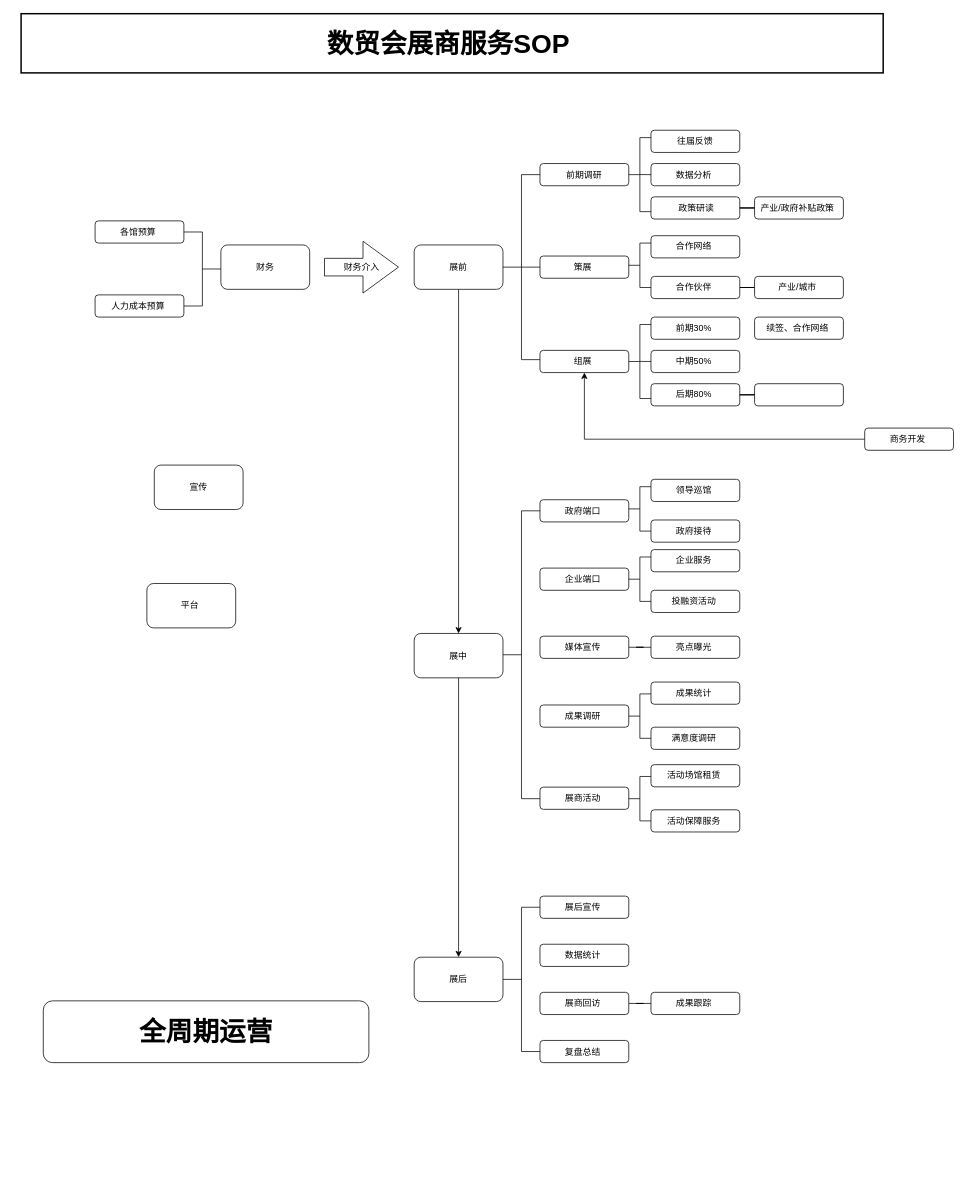
This is 展商服务sop.drawio from Qikiiii/Agent-Reach, a draw.io file, before an edit. Source tidied: cells renumbered, new cells numbered last; positions are measured from the earlier drawing's top-left corner, leaving out a move shared by most shapes. Both pictures are drawn from the tidied source at 74%, with x=0, y=0 at pixel (21, 13).
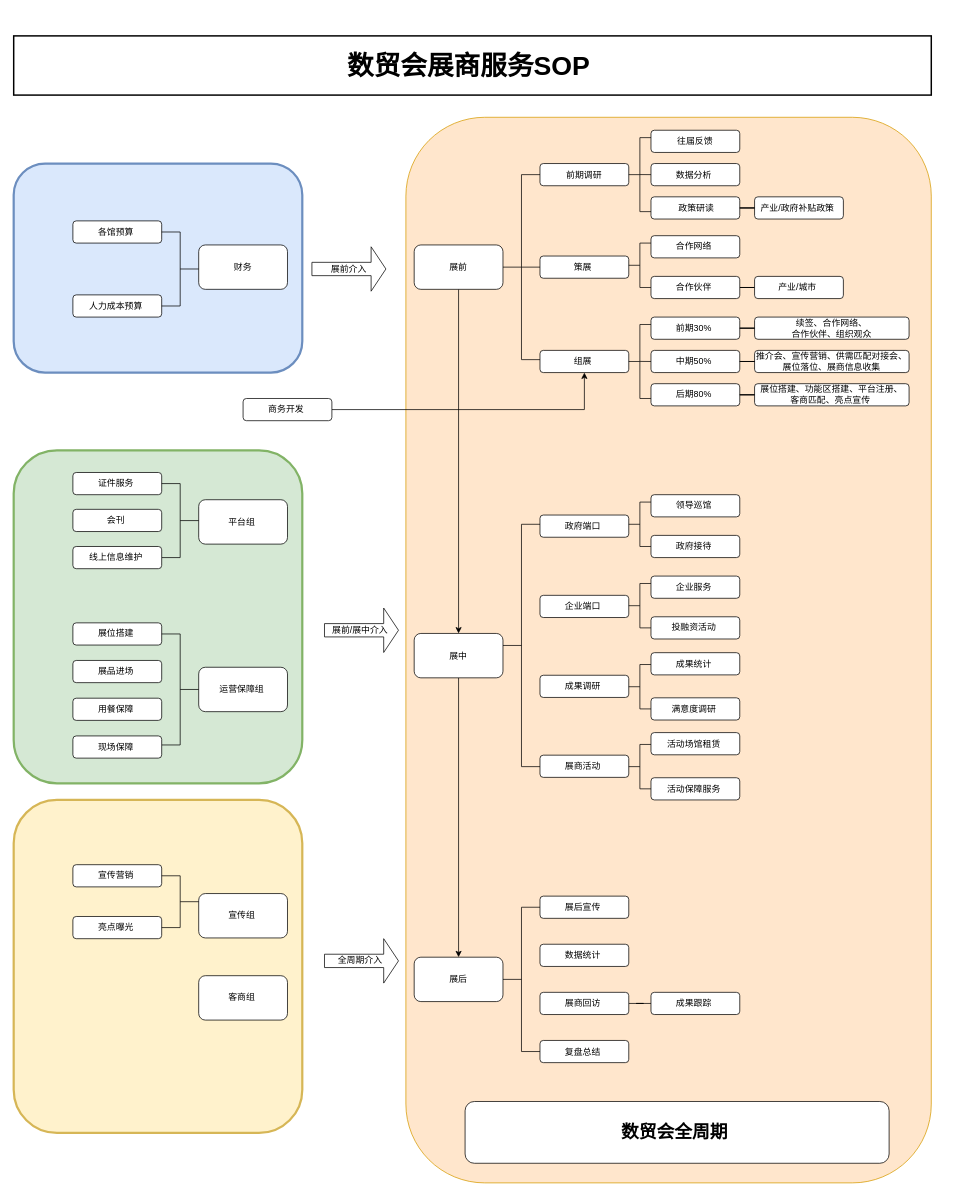
The same page after the edit.

Commit message:
更新展商服务sop.drawio

Unchanged cells that the change refers to:
```xml
<mxCell id="33" value="前期30%&amp;nbsp;" style="rounded=1;whiteSpace=wrap;html=1;" parent="32" vertex="1">
  <mxGeometry width="120" height="30" as="geometry" />
</mxCell>
<mxCell id="34" value="中期50%&amp;nbsp;" style="rounded=1;whiteSpace=wrap;html=1;" parent="32" vertex="1">
  <mxGeometry y="45" width="120" height="30" as="geometry" />
</mxCell>
```

Diff of the diagram source:
```diff
@@
-    <mxCell id="2" style="edgeStyle=orthogonalEdgeStyle;rounded=0;jettySize=auto;html=1;defaultLabelBackgroundColor=page;" parent="1" edge="1" source="3" target="6">
-      <mxGeometry relative="1" as="geometry" />
-    </mxCell>
-    <mxCell id="3" value="展中" style="rounded=1;whiteSpace=wrap;html=1;" parent="1" vertex="1">
-      <mxGeometry x="531.2" y="837.5" width="120" height="60" as="geometry" />
-    </mxCell>
-    <mxCell id="4" style="edgeStyle=orthogonalEdgeStyle;rounded=0;jettySize=auto;html=1;defaultLabelBackgroundColor=page;" parent="1" edge="1" source="5" target="3">
-      <mxGeometry relative="1" as="geometry" />
-    </mxCell>
-    <mxCell id="5" value="展前" style="rounded=1;whiteSpace=wrap;html=1;roundedPerimeter=1;" parent="1" vertex="1">
-      <mxGeometry x="531.2" y="312.5" width="120" height="60" as="geometry" />
-    </mxCell>
-    <mxCell id="6" value="展后" style="rounded=1;whiteSpace=wrap;html=1;" parent="1" vertex="1">
-      <mxGeometry x="531.2" y="1275" width="120" height="60" as="geometry" />
-    </mxCell>
+    <mxCell id="73" style="rounded=1;whiteSpace=wrap;html=1;roundedPerimeter=1;fillColor=#fff2cc;strokeWidth=3;strokeColor=#d6b656;" parent="1" vertex="1">
+      <mxGeometry x="-10" y="1062.5" width="390" height="450" as="geometry" />
+    </mxCell>
+    <mxCell id="74" style="rounded=1;whiteSpace=wrap;html=1;roundedPerimeter=1;fillColor=#d5e8d4;strokeWidth=3;strokeColor=#82b366;" parent="1" vertex="1">
+      <mxGeometry x="-10" y="590" width="390" height="450" as="geometry" />
+    </mxCell>
+    <mxCell id="75" style="rounded=1;whiteSpace=wrap;html=1;roundedPerimeter=1;fillColor=#ffe6cc;strokeWidth=1;strokeColor=#d79b00;" parent="1" vertex="1">
+      <mxGeometry x="520" y="140" width="710" height="1440" as="geometry" />
+    </mxCell>
+    <mxCell id="76" style="rounded=1;whiteSpace=wrap;html=1;roundedPerimeter=1;fillColor=#dae8fc;strokeWidth=3;strokeColor=#6c8ebf;" parent="1" vertex="1">
+      <mxGeometry x="-10" y="202.5" width="390" height="282.5" as="geometry" />
+    </mxCell>
@@
-    <mxCell id="23" value="全周期运营" style="rounded=1;whiteSpace=wrap;html=1;fontSize=36;fontStyle=1;textDirection=ltr;verticalAlign=middle;" parent="1" vertex="1">
-      <mxGeometry x="30" y="1334" width="440" height="83.5" as="geometry" />
+    <mxCell id="23" value="数贸会全周期&amp;nbsp;" style="rounded=1;whiteSpace=wrap;html=1;fontSize=24;fontStyle=1;textDirection=ltr;verticalAlign=middle;" parent="1" vertex="1">
+      <mxGeometry x="600" y="1470" width="573" height="83.5" as="geometry" />
     </mxCell>
     <mxCell id="24" value="政府端口&amp;nbsp;" style="rounded=1;whiteSpace=wrap;html=1;" parent="1" vertex="1">
-      <mxGeometry x="701.2" y="656.8" width="120" height="30" as="geometry" />
+      <mxGeometry x="701.2" y="677.5" width="120" height="30" as="geometry" />
     </mxCell>
     <mxCell id="25" value="企业端口&amp;nbsp;" style="rounded=1;whiteSpace=wrap;html=1;" parent="1" vertex="1">
-      <mxGeometry x="701.2" y="749.2" width="120" height="30" as="geometry" />
+      <mxGeometry x="701.2" y="786" width="120" height="30" as="geometry" />
     </mxCell>
     <mxCell id="26" style="strokeWidth=1;html=1;shape=mxgraph.flowchart.annotation_2;align=left;labelPosition=right;labelPerimeter=1;" parent="1" vertex="1">
-      <mxGeometry x="651.2" y="671.8" width="50" height="389" as="geometry" />
+      <mxGeometry x="651.2" y="690" width="50" height="327.5" as="geometry" />
     </mxCell>
     <mxCell id="27" style="strokeWidth=1;html=1;shape=mxgraph.flowchart.annotation_2;align=left;labelPosition=right;labelPerimeter=1;" parent="1" vertex="1">
-      <mxGeometry x="821.2" y="734.2" width="30" height="60" as="geometry" />
+      <mxGeometry x="821.2" y="770" width="30" height="60" as="geometry" />
     </mxCell>
     <mxCell id="28" value="企业服务&amp;nbsp;" style="rounded=1;whiteSpace=wrap;html=1;" parent="1" vertex="1">
-      <mxGeometry x="851.2" y="724.2" width="120" height="30" as="geometry" />
+      <mxGeometry x="851.2" y="760" width="120" height="30" as="geometry" />
     </mxCell>
     <mxCell id="29" value="投融资活动&amp;nbsp;" style="rounded=1;whiteSpace=wrap;html=1;" parent="1" vertex="1">
-      <mxGeometry x="851.2" y="779.2" width="120" height="30" as="geometry" />
+      <mxGeometry x="851.2" y="815" width="120" height="30" as="geometry" />
     </mxCell>
@@
-    <mxCell id="38" value=" " style="whiteSpace=wrap;html=1;rounded=1;" parent="1" vertex="1">
-      <mxGeometry x="991.2" y="500" width="120" height="30" as="geometry" />
+    <mxCell id="38" value="展位搭建、功能区搭建、平台注册、&lt;div&gt;客商匹配、亮点宣传&amp;nbsp;&lt;/div&gt;" style="whiteSpace=wrap;html=1;rounded=1;" parent="1" vertex="1">
+      <mxGeometry x="991.2" y="500" width="208.8" height="30" as="geometry" />
     </mxCell>
@@
     <mxCell id="40" value="数贸会展商服务SOP&amp;nbsp;" style="rounded=0;whiteSpace=wrap;html=1;fontSize=36;fontStyle=1;strokeWidth=2;" parent="1" vertex="1">
-      <mxGeometry width="1165" height="80" as="geometry" />
+      <mxGeometry x="-10" y="30" width="1240" height="80" as="geometry" />
     </mxCell>
-    <mxCell id="41" value="财务介入" style="html=1;shadow=0;dashed=0;align=center;verticalAlign=middle;shape=mxgraph.arrows2.arrow;dy=0.66;dx=47.94;notch=0;" parent="1" vertex="1">
-      <mxGeometry x="410" y="307.5" width="100" height="70" as="geometry" />
-    </mxCell>
     <mxCell id="42" style="group;" parent="1" vertex="1">
-      <mxGeometry x="100" y="280" width="290" height="130" as="geometry" />
+      <mxGeometry x="70" y="280" width="290" height="130" as="geometry" />
     </mxCell>
-    <mxCell id="43" value="财务" style="rounded=1;whiteSpace=wrap;html=1;" parent="42" vertex="1">
+    <mxCell id="43" value="财务" style="rounded=1;whiteSpace=wrap;html=1;flipV=0;legacyAnchorPoints=0;" parent="42" vertex="1">
       <mxGeometry x="170" y="32.5" width="120" height="60" as="geometry" />
     </mxCell>
@@
-    <mxCell id="47" value="续签、合作网络&amp;nbsp;" style="whiteSpace=wrap;html=1;rounded=1;" parent="1" vertex="1">
-      <mxGeometry x="991.2" y="410" width="120" height="30" as="geometry" />
+    <mxCell id="47" value="续签、合作网络、&lt;div&gt;合作伙伴、组织观众&lt;/div&gt;" style="whiteSpace=wrap;html=1;rounded=1;" parent="1" vertex="1">
+      <mxGeometry x="991.2" y="410" width="208.8" height="30" as="geometry" />
     </mxCell>
@@
     <mxCell id="49" value="商务开发&amp;nbsp;" style="whiteSpace=wrap;html=1;rounded=1;" parent="1" vertex="1">
-      <mxGeometry x="1140" y="560" width="120" height="30" as="geometry" />
+      <mxGeometry x="300" y="520" width="120" height="30" as="geometry" />
     </mxCell>
     <mxCell id="50" style="strokeWidth=1;html=1;shape=mxgraph.flowchart.annotation_2;align=left;labelPosition=right;labelPerimeter=1;" parent="1" vertex="1">
-      <mxGeometry x="821.2" y="639.2" width="30" height="60" as="geometry" />
+      <mxGeometry x="821.2" y="660" width="30" height="60" as="geometry" />
     </mxCell>
     <mxCell id="51" value="领导巡馆&amp;nbsp;" style="rounded=1;whiteSpace=wrap;html=1;" parent="1" vertex="1">
-      <mxGeometry x="851.2" y="629.2" width="120" height="30" as="geometry" />
+      <mxGeometry x="851.2" y="650" width="120" height="30" as="geometry" />
     </mxCell>
     <mxCell id="52" value="政府接待&amp;nbsp;" style="rounded=1;whiteSpace=wrap;html=1;" parent="1" vertex="1">
-      <mxGeometry x="851.2" y="684.2" width="120" height="30" as="geometry" />
+      <mxGeometry x="851.2" y="705" width="120" height="30" as="geometry" />
     </mxCell>
-    <mxCell id="53" value="宣传" style="rounded=1;whiteSpace=wrap;html=1;" parent="1" vertex="1">
-      <mxGeometry x="180" y="610" width="120" height="60" as="geometry" />
+    <mxCell id="53" value="宣传组&amp;nbsp;" style="rounded=1;whiteSpace=wrap;html=1;flipV=0;legacyAnchorPoints=0;" parent="1" vertex="1">
+      <mxGeometry x="240" y="1189" width="120" height="60" as="geometry" />
     </mxCell>
-    <mxCell id="54" value="平台&amp;nbsp;" style="rounded=1;whiteSpace=wrap;html=1;" parent="1" vertex="1">
-      <mxGeometry x="170" y="770" width="120" height="60" as="geometry" />
+    <mxCell id="54" value="平台组&amp;nbsp;" style="rounded=1;whiteSpace=wrap;html=1;flipV=0;legacyAnchorPoints=0;" parent="1" vertex="1">
+      <mxGeometry x="240" y="656.8" width="120" height="60" as="geometry" />
     </mxCell>
-    <mxCell id="55" style="edgeStyle=orthogonalEdgeStyle;rounded=0;jettySize=auto;html=1;defaultLabelBackgroundColor=page;endArrow=none;endFill=0;" parent="1" edge="1" source="56" target="58">
-      <mxGeometry relative="1" as="geometry" />
-    </mxCell>
-    <mxCell id="56" value="媒体宣传&amp;nbsp;" style="rounded=1;whiteSpace=wrap;html=1;" parent="1" vertex="1">
-      <mxGeometry x="701.2" y="841.2" width="120" height="30" as="geometry" />
-    </mxCell>
     <mxCell id="57" value="成果调研&amp;nbsp;" style="rounded=1;whiteSpace=wrap;html=1;" parent="1" vertex="1">
-      <mxGeometry x="701.2" y="934.2" width="120" height="30" as="geometry" />
+      <mxGeometry x="701.2" y="894" width="120" height="30" as="geometry" />
     </mxCell>
-    <mxCell id="58" value="亮点曝光&amp;nbsp;" style="rounded=1;whiteSpace=wrap;html=1;" parent="1" vertex="1">
-      <mxGeometry x="851.2" y="841.2" width="120" height="30" as="geometry" />
-    </mxCell>
     <mxCell id="59" value="成果统计&amp;nbsp;" style="rounded=1;whiteSpace=wrap;html=1;" parent="1" vertex="1">
-      <mxGeometry x="851.2" y="903.2" width="120" height="30" as="geometry" />
+      <mxGeometry x="851.2" y="863.5" width="120" height="30" as="geometry" />
     </mxCell>
     <mxCell id="60" value="满意度调研&amp;nbsp;" style="rounded=1;whiteSpace=wrap;html=1;" parent="1" vertex="1">
-      <mxGeometry x="851.2" y="964.2" width="120" height="30" as="geometry" />
+      <mxGeometry x="851.2" y="924.5" width="120" height="30" as="geometry" />
     </mxCell>
     <mxCell id="61" style="strokeWidth=1;html=1;shape=mxgraph.flowchart.annotation_2;align=left;labelPosition=right;labelPerimeter=1;" parent="1" vertex="1">
-      <mxGeometry x="821.2" y="919.2" width="30" height="60" as="geometry" />
+      <mxGeometry x="821.2" y="879.5" width="30" height="60" as="geometry" />
     </mxCell>
     <mxCell id="62" value="展商活动&amp;nbsp;" style="rounded=1;whiteSpace=wrap;html=1;" parent="1" vertex="1">
-      <mxGeometry x="701.2" y="1045.2" width="120" height="30" as="geometry" />
+      <mxGeometry x="701.2" y="1002" width="120" height="30" as="geometry" />
     </mxCell>
     <mxCell id="63" value="活动场馆租赁&amp;nbsp;" style="rounded=1;whiteSpace=wrap;html=1;" parent="1" vertex="1">
-      <mxGeometry x="851.2" y="1014.8" width="120" height="30" as="geometry" />
+      <mxGeometry x="851.2" y="971.5" width="120" height="30" as="geometry" />
     </mxCell>
     <mxCell id="64" value="活动保障服务&amp;nbsp;" style="rounded=1;whiteSpace=wrap;html=1;" parent="1" vertex="1">
-      <mxGeometry x="851.2" y="1075.8" width="120" height="30" as="geometry" />
+      <mxGeometry x="851.2" y="1032.5" width="120" height="30" as="geometry" />
     </mxCell>
     <mxCell id="65" style="strokeWidth=1;html=1;shape=mxgraph.flowchart.annotation_2;align=left;labelPosition=right;labelPerimeter=1;" parent="1" vertex="1">
-      <mxGeometry x="821.2" y="1030.8" width="30" height="60" as="geometry" />
+      <mxGeometry x="821.2" y="987.5" width="30" height="60" as="geometry" />
     </mxCell>
@@
+    <mxCell id="77" value="运营保障组&amp;nbsp;" style="rounded=1;whiteSpace=wrap;html=1;flipV=0;legacyAnchorPoints=0;" parent="1" vertex="1">
+      <mxGeometry x="240" y="883.2" width="120" height="60" as="geometry" />
+    </mxCell>
+    <mxCell id="78" value="宣传营销&amp;nbsp;" style="rounded=1;whiteSpace=wrap;html=1;" parent="1" vertex="1">
+      <mxGeometry x="70" y="1150" width="120" height="30" as="geometry" />
+    </mxCell>
+    <mxCell id="58" value="亮点曝光&amp;nbsp;" style="rounded=1;whiteSpace=wrap;html=1;" parent="1" vertex="1">
+      <mxGeometry x="70" y="1220" width="120" height="30" as="geometry" />
+    </mxCell>
+    <mxCell id="79" style="strokeWidth=1;html=1;shape=mxgraph.flowchart.annotation_2;align=left;labelPosition=right;labelPerimeter=1;rotation=-180;" parent="1" vertex="1">
+      <mxGeometry x="190" y="1165" width="50" height="70" as="geometry" />
+    </mxCell>
+    <mxCell id="80" value="证件服务&amp;nbsp;" style="rounded=1;whiteSpace=wrap;html=1;" parent="1" vertex="1">
+      <mxGeometry x="70" y="620" width="120" height="30" as="geometry" />
+    </mxCell>
+    <mxCell id="81" value="会刊&amp;nbsp;" style="rounded=1;whiteSpace=wrap;html=1;" parent="1" vertex="1">
+      <mxGeometry x="70" y="669.8" width="120" height="30" as="geometry" />
+    </mxCell>
+    <mxCell id="82" style="strokeWidth=1;html=1;shape=mxgraph.flowchart.annotation_2;align=left;labelPosition=right;labelPerimeter=1;rotation=-180;" parent="1" vertex="1">
+      <mxGeometry x="190" y="635" width="50" height="100" as="geometry" />
+    </mxCell>
+    <mxCell id="83" value="展位搭建&amp;nbsp;" style="rounded=1;whiteSpace=wrap;html=1;" parent="1" vertex="1">
+      <mxGeometry x="70" y="823.2" width="120" height="30" as="geometry" />
+    </mxCell>
+    <mxCell id="84" value="展品进场&amp;nbsp;" style="rounded=1;whiteSpace=wrap;html=1;" parent="1" vertex="1">
+      <mxGeometry x="70" y="874" width="120" height="30" as="geometry" />
+    </mxCell>
+    <mxCell id="85" style="strokeWidth=1;html=1;shape=mxgraph.flowchart.annotation_2;align=left;labelPosition=right;labelPerimeter=1;rotation=-180;" parent="1" vertex="1">
+      <mxGeometry x="190" y="838.2" width="50" height="150" as="geometry" />
+    </mxCell>
+    <mxCell id="86" value="用餐保障&amp;nbsp;" style="rounded=1;whiteSpace=wrap;html=1;" parent="1" vertex="1">
+      <mxGeometry x="70" y="925" width="120" height="30" as="geometry" />
+    </mxCell>
+    <mxCell id="87" value="现场保障&amp;nbsp;" style="rounded=1;whiteSpace=wrap;html=1;" parent="1" vertex="1">
+      <mxGeometry x="70" y="976" width="120" height="30" as="geometry" />
+    </mxCell>
+    <mxCell id="88" value="线上信息维护&amp;nbsp;" style="rounded=1;whiteSpace=wrap;html=1;" parent="1" vertex="1">
+      <mxGeometry x="70" y="720" width="120" height="30" as="geometry" />
+    </mxCell>
+    <mxCell id="89" style="group;" parent="1" vertex="1">
+      <mxGeometry x="531.2" y="312.5" width="120" height="1022.5" as="geometry" />
+    </mxCell>
+    <mxCell id="2" style="edgeStyle=orthogonalEdgeStyle;rounded=0;jettySize=auto;html=1;defaultLabelBackgroundColor=page;" parent="89" edge="1" source="3" target="6">
+      <mxGeometry relative="1" as="geometry" />
+    </mxCell>
+    <mxCell id="3" value="展中" style="rounded=1;whiteSpace=wrap;html=1;" parent="89" vertex="1">
+      <mxGeometry y="525" width="120" height="60" as="geometry" />
+    </mxCell>
+    <mxCell id="4" style="edgeStyle=orthogonalEdgeStyle;rounded=0;jettySize=auto;html=1;defaultLabelBackgroundColor=page;" parent="89" edge="1" source="5" target="3">
+      <mxGeometry relative="1" as="geometry" />
+    </mxCell>
+    <mxCell id="5" value="展前" style="rounded=1;whiteSpace=wrap;html=1;roundedPerimeter=1;" parent="89" vertex="1">
+      <mxGeometry width="120" height="60" as="geometry" />
+    </mxCell>
+    <mxCell id="6" value="展后" style="rounded=1;whiteSpace=wrap;html=1;" parent="89" vertex="1">
+      <mxGeometry y="962.5" width="120" height="60" as="geometry" />
+    </mxCell>
+    <mxCell id="90" style="edgeStyle=orthogonalEdgeStyle;rounded=0;jettySize=auto;html=1;defaultLabelBackgroundColor=page;endArrow=none;endFill=0;" parent="1" edge="1" source="33" target="47">
+      <mxGeometry relative="1" as="geometry" />
+    </mxCell>
+    <mxCell id="91" value="推介会、宣传营销、供需匹配对接会、展位落位、展商信息收集" style="whiteSpace=wrap;html=1;rounded=1;" parent="1" vertex="1">
+      <mxGeometry x="991.2" y="455" width="208.8" height="30" as="geometry" />
+    </mxCell>
+    <mxCell id="92" style="edgeStyle=orthogonalEdgeStyle;rounded=0;jettySize=auto;html=1;defaultLabelBackgroundColor=page;endArrow=none;endFill=0;" parent="1" edge="1" source="34" target="91">
+      <mxGeometry relative="1" as="geometry" />
+    </mxCell>
+    <mxCell id="93" value="客商组&amp;nbsp;" style="rounded=1;whiteSpace=wrap;html=1;flipV=0;legacyAnchorPoints=0;" parent="1" vertex="1">
+      <mxGeometry x="240" y="1300" width="120" height="60" as="geometry" />
+    </mxCell>
+    <mxCell id="94" value="展前介入" style="shape=singleArrow;whiteSpace=wrap;html=1;" parent="1" vertex="1">
+      <mxGeometry x="393" y="315" width="100" height="60" as="geometry" />
+    </mxCell>
+    <mxCell id="95" value="展前/展中介入&amp;nbsp;" style="shape=singleArrow;whiteSpace=wrap;html=1;" parent="1" vertex="1">
+      <mxGeometry x="410" y="803.2" width="100" height="60" as="geometry" />
+    </mxCell>
+    <mxCell id="96" value="全周期介入&amp;nbsp;" style="shape=singleArrow;whiteSpace=wrap;html=1;" parent="1" vertex="1">
+      <mxGeometry x="410" y="1250" width="100" height="60" as="geometry" />
+    </mxCell>
```
